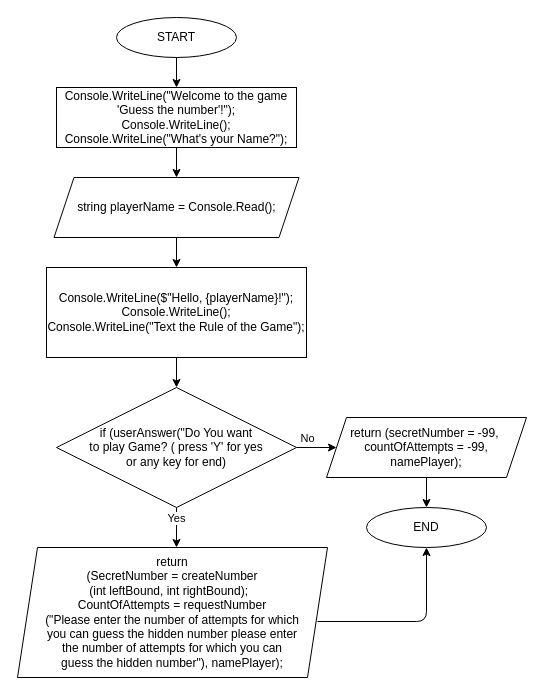
This is guess_the_number/BlockDiagram/Welcome.drawio from AbubakirovRA/Homework-HelloCode, a draw.io file, before an edit. Source tidied: cells renumbered, new cells numbered last; positions are measured from the earlier drawing's top-left corner, leaving out a move shared by most shapes. Both pictures are drawn from the tidied source at 100%, with x=0, y=0 at pixel (17, 17).
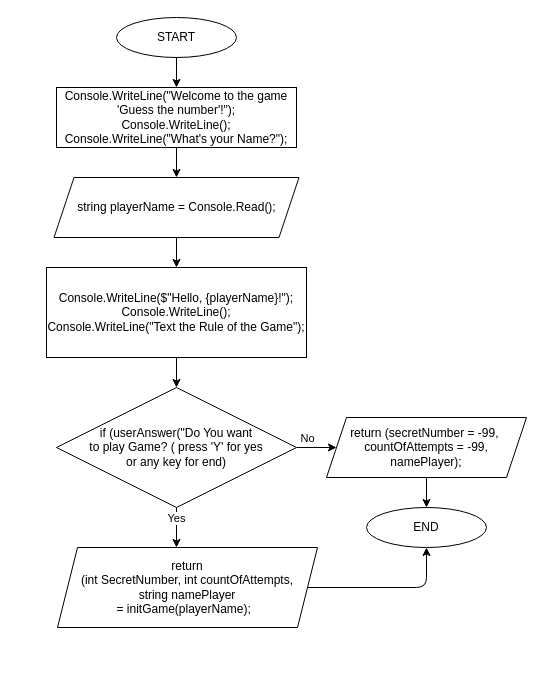
The same page after the edit.

Commit message (it also covers changes not shown here):
add diagramm welcome change

Unchanged cells that the change refers to:
```xml
<mxCell id="19" value="END" style="ellipse;whiteSpace=wrap;html=1;" parent="1" vertex="1">
  <mxGeometry x="349" y="490" width="120" height="40" as="geometry" />
</mxCell>
```

Diff of the diagram source:
```diff
@@
-    <mxCell id="17" style="edgeStyle=none;html=1;entryX=0.5;entryY=1;entryDx=0;entryDy=0;" parent="1" edge="1" target="19">
+    <mxCell id="17" style="edgeStyle=none;html=1;entryX=0.5;entryY=1;entryDx=0;entryDy=0;exitX=1;exitY=0.5;exitDx=0;exitDy=0;" parent="1" edge="1" source="18" target="19">
       <mxGeometry relative="1" as="geometry">
-        <mxPoint x="300" y="604" as="sourcePoint" />
         <Array as="points">
-          <mxPoint x="409" y="604" />
+          <mxPoint x="409" y="570" />
         </Array>
       </mxGeometry>
     </mxCell>
-    <mxCell id="18" value="&lt;font style=&quot;font-size: 12px&quot;&gt;&lt;span style=&quot;background-color: rgb(255 , 255 , 255)&quot;&gt;return &lt;br&gt;(SecretNumber =&amp;nbsp;&lt;/span&gt;&lt;span style=&quot;background-color: rgb(255 , 255 , 255)&quot;&gt;createNumber&lt;br&gt;(int leftBound, int rightBound);&amp;nbsp;&lt;/span&gt;&lt;span style=&quot;background-color: rgb(255 , 255 , 255)&quot;&gt;&amp;nbsp;&lt;br&gt;&lt;/span&gt;&lt;/font&gt;&lt;font style=&quot;font-size: 12px&quot;&gt;&lt;span style=&quot;background-color: rgb(255 , 255 , 255)&quot;&gt;CountOfAttempts =&amp;nbsp;&lt;/span&gt;&lt;span style=&quot;background-color: rgb(255 , 255 , 255)&quot;&gt;requestNumber&lt;br&gt;(&quot;P&lt;/span&gt;&lt;span class=&quot;VIiyi&quot; lang=&quot;en&quot;&gt;&lt;span class=&quot;JLqJ4b ChMk0b&quot;&gt;&lt;span&gt;lease enter the number of attempts for which &lt;br&gt;you can guess the hidden number&lt;/span&gt;&lt;/span&gt;&lt;/span&gt;&amp;nbsp;&lt;span class=&quot;VIiyi&quot; lang=&quot;en&quot;&gt;&lt;span class=&quot;JLqJ4b ChMk0b&quot;&gt;&lt;span&gt;please enter &lt;br&gt;the number of attempts for which you can &lt;br&gt;guess the hidden number&lt;/span&gt;&lt;/span&gt;&lt;/span&gt;&lt;span style=&quot;background-color: rgb(255 , 255 , 255)&quot;&gt;&quot;&lt;/span&gt;&lt;span style=&quot;background-color: rgb(255 , 255 , 255)&quot;&gt;),&amp;nbsp;&lt;/span&gt;&lt;span style=&quot;background-color: rgb(255 , 255 , 255)&quot;&gt;namePlayer)&lt;/span&gt;&lt;span style=&quot;background-color: rgb(255 , 255 , 255)&quot;&gt;;&lt;/span&gt;&lt;/font&gt;" style="shape=parallelogram;perimeter=parallelogramPerimeter;whiteSpace=wrap;html=1;fixedSize=1;" parent="1" vertex="1">
-      <mxGeometry y="530" width="310" height="130" as="geometry" />
+    <mxCell id="18" value="&lt;font style=&quot;font-size: 12px&quot;&gt;&lt;span style=&quot;background-color: rgb(255 , 255 , 255)&quot;&gt;return &lt;br&gt;(int SecretNumber, int&amp;nbsp;&lt;/span&gt;&lt;span style=&quot;background-color: rgb(255 , 255 , 255)&quot;&gt;countOfAttempts,&lt;/span&gt;&lt;br&gt;&lt;span style=&quot;background-color: rgb(255 , 255 , 255)&quot;&gt;string namePlayer&lt;/span&gt;&lt;span style=&quot;background-color: rgb(255 , 255 , 255)&quot;&gt;&lt;br&gt;= initGame&lt;/span&gt;&lt;span style=&quot;background-color: rgb(255 , 255 , 255)&quot;&gt;(playerName);&amp;nbsp;&lt;/span&gt;&lt;span style=&quot;background-color: rgb(255 , 255 , 255)&quot;&gt;&amp;nbsp;&lt;br&gt;&lt;/span&gt;&lt;/font&gt;" style="shape=parallelogram;perimeter=parallelogramPerimeter;whiteSpace=wrap;html=1;fixedSize=1;" parent="1" vertex="1">
+      <mxGeometry x="40" y="530" width="260" height="80" as="geometry" />
     </mxCell>
```
